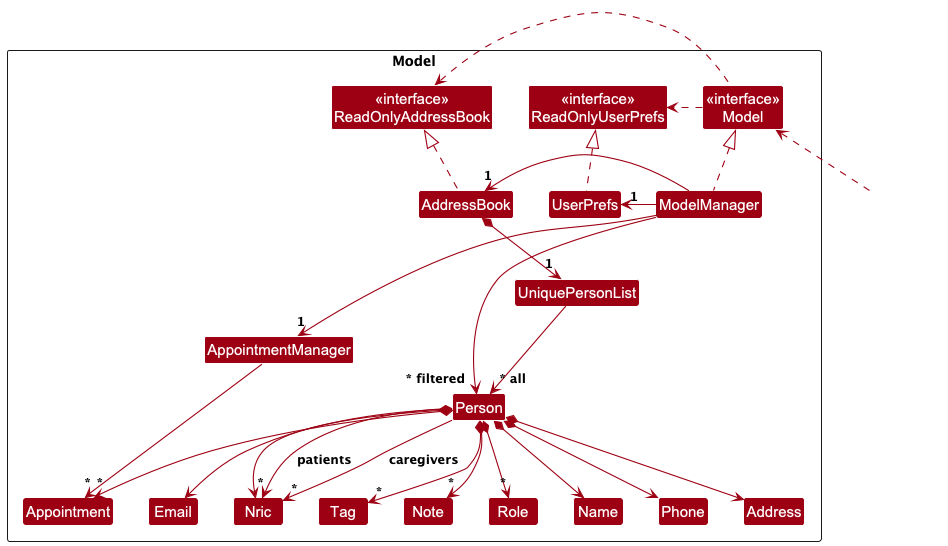
Before: docs/images/UpdatedModelClassDiagram.png, a diagram exported from PlantUML (nus-cs2103-AY2425S1/tp).
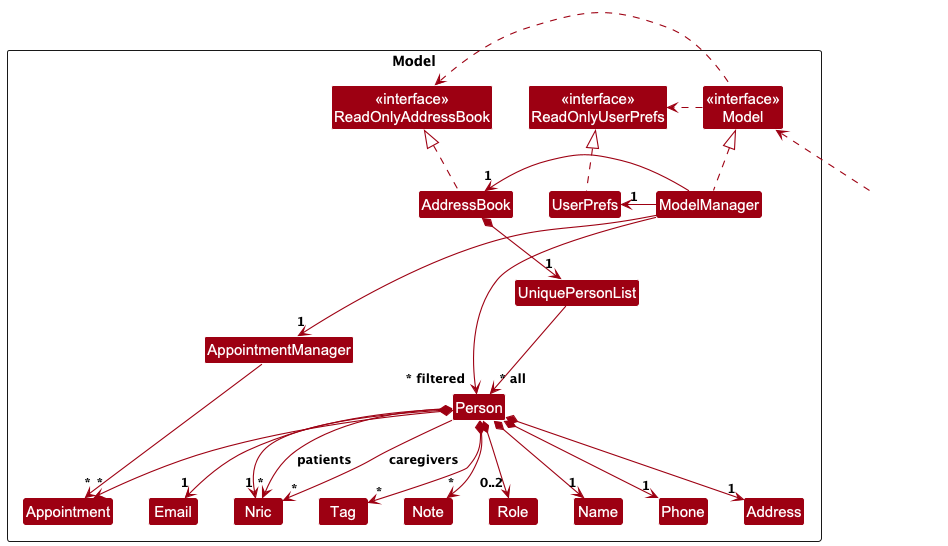
After the commit.

Change to the diagram source:
```diff
@@ -39,13 +39,13 @@
 AddressBook *--> "1" UniquePersonList
 UniquePersonList --> "~* all" Person
 
-Person *--> Name
-Person *--> Phone
-Person *--> Email
-Person *--> Address
-Person *--> Nric
+Person *--> "1" Name
+Person *--> "1" Phone
+Person *--> "1" Email
+Person *--> "1" Address
+Person *--> "1" Nric
 Person *--> "*" Tag
-Person *--> "*" Role
+Person *--> "0..2" Role
 Person *--> "*" Appointment
 Person *--> "*" Note
 Person --> "*" Nric : patients
```
